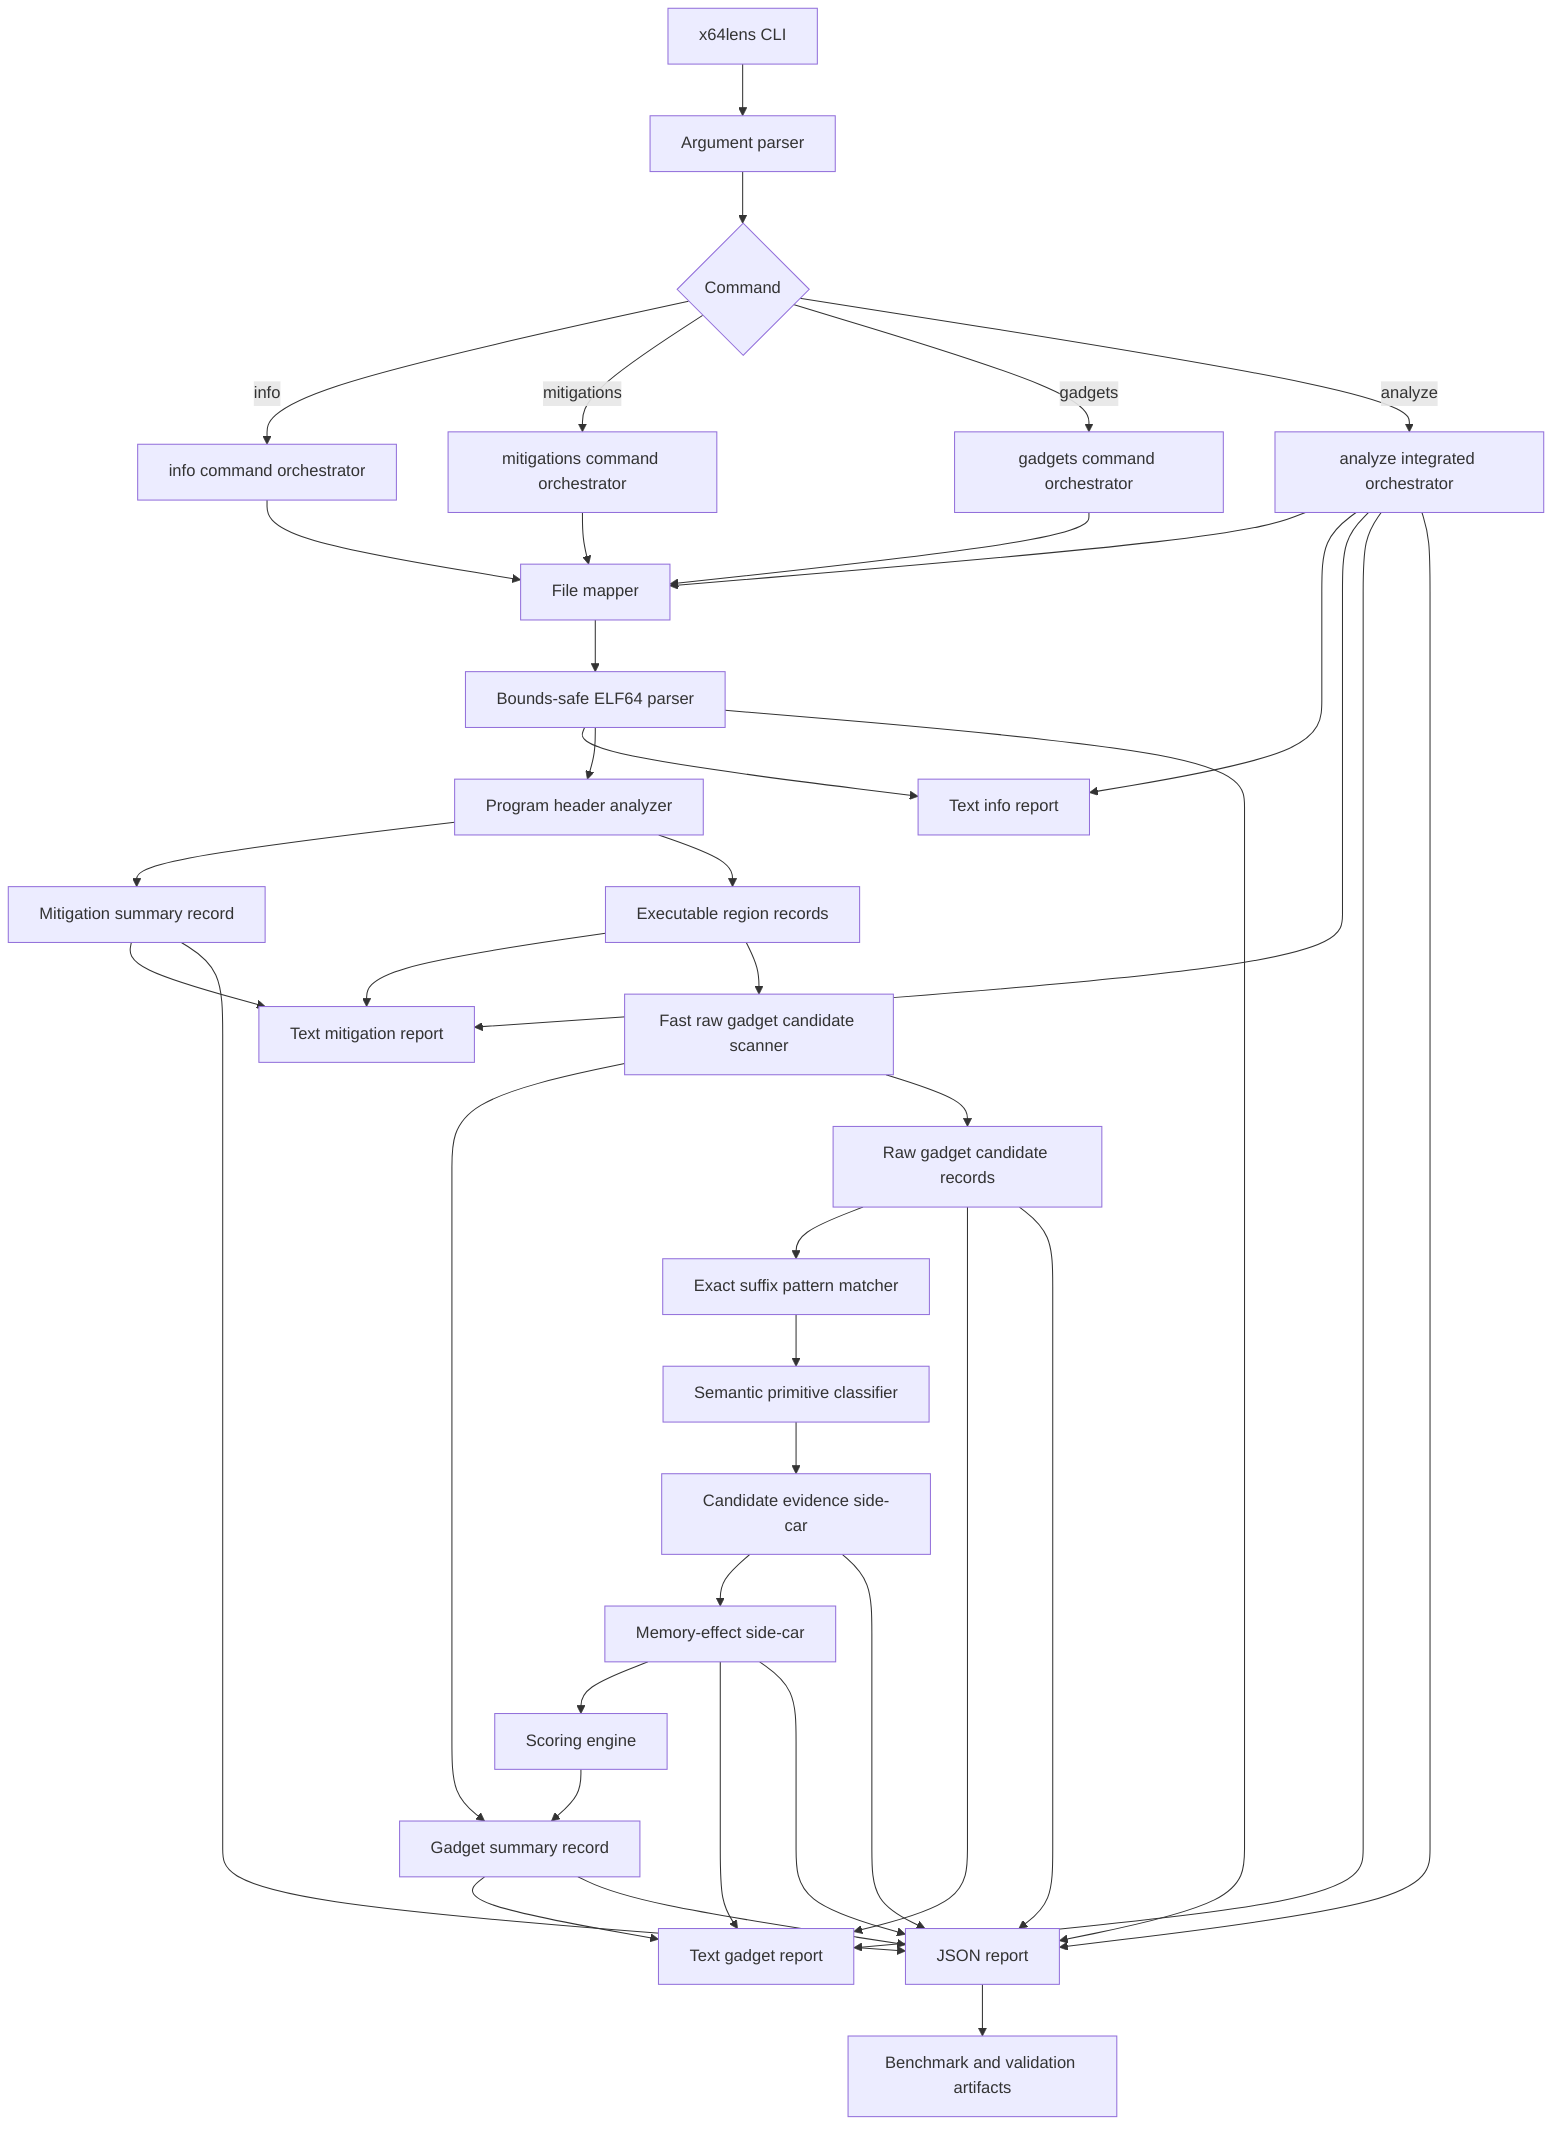
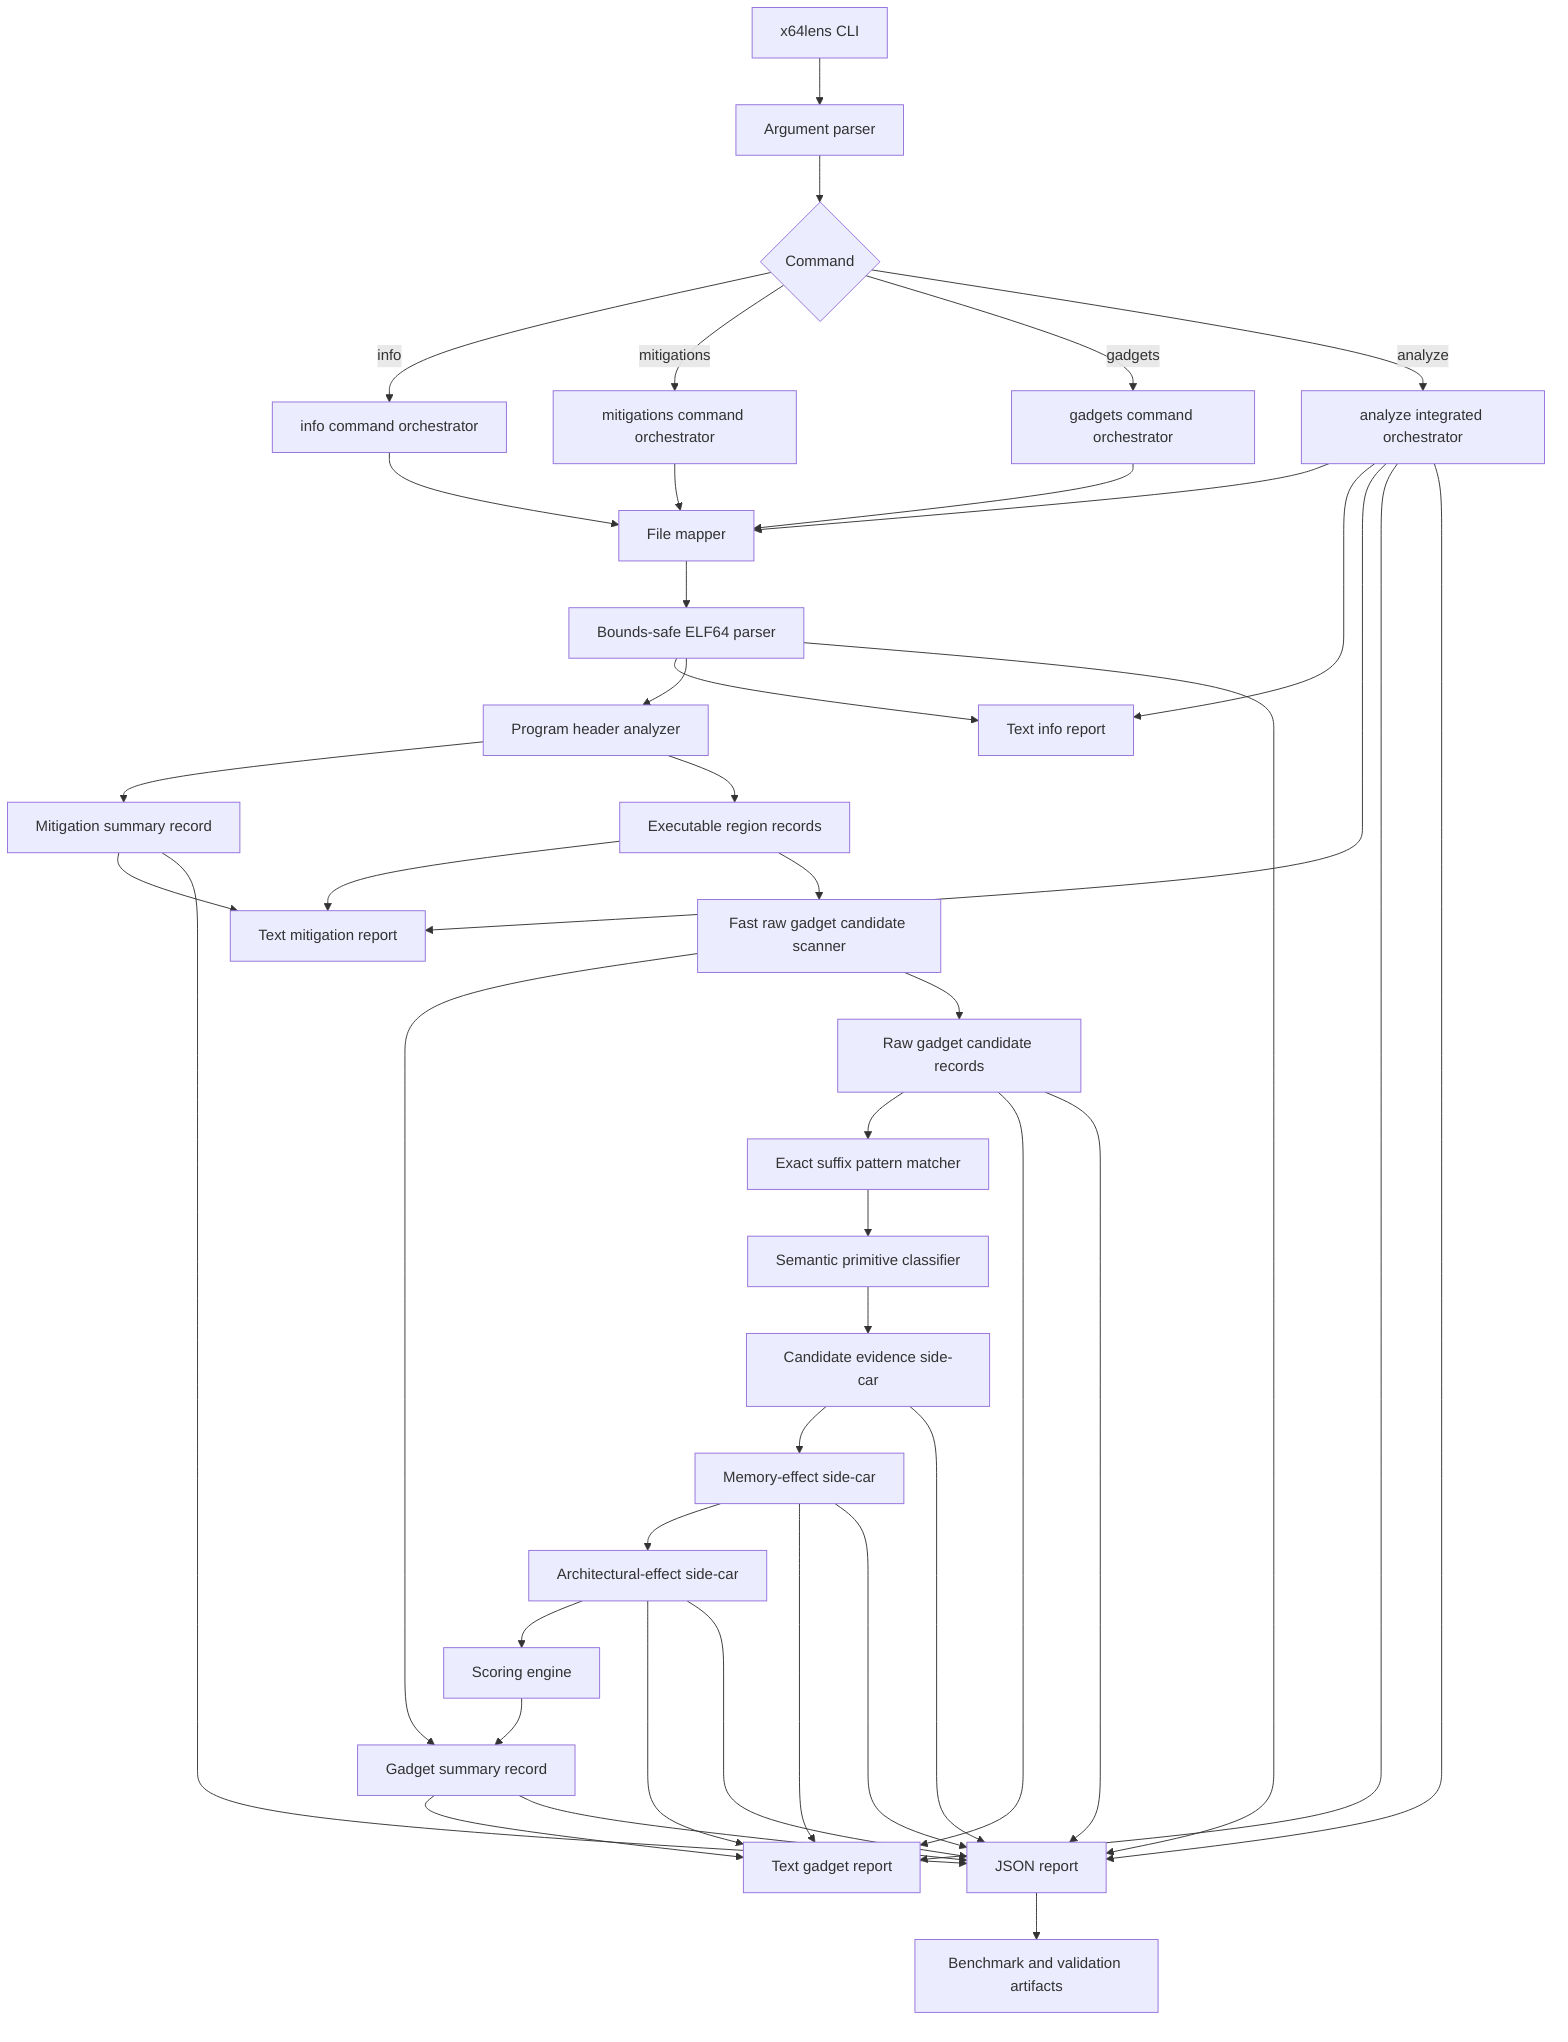
flowchart TD
    A[x64lens CLI] --> B[Argument parser]
    B --> C{Command}

    C -->|info| D[info command orchestrator]
    C -->|mitigations| M[mitigations command orchestrator]
    C -->|gadgets| G[gadgets command orchestrator]
    C -->|analyze| AN[analyze integrated orchestrator]

    D --> FM[File mapper]
    M --> FM
    G --> FM
    AN --> FM
    FM --> ELF[Bounds-safe ELF64 parser]

    ELF --> IR[Text info report]
    ELF --> PH[Program header analyzer]
    PH --> MR[Mitigation summary record]
    PH --> ER[Executable region records]
    MR --> MTR[Text mitigation report]
    ER --> MTR

    ER --> SC[Fast raw gadget candidate scanner]
    SC --> GS[Gadget summary record]
    SC --> GR[Raw gadget candidate records]
    GR --> PT[Exact suffix pattern matcher]
    PT --> CL[Semantic primitive classifier]
    CL --> EV[Candidate evidence side-car]
    EV --> ME[Memory-effect side-car]
-     ME --> SCORE[Scoring engine]
+     ME --> AE[Architectural-effect side-car]
+     AE --> SCORE[Scoring engine]
    SCORE --> GS

    GS --> GTR[Text gadget report]
    GR --> GTR
    GS --> JSON[JSON report]
    GR --> JSON
    EV --> JSON
    ME --> GTR
    ME --> JSON
+     AE --> GTR
+     AE --> JSON
    MR --> JSON
    ELF --> JSON

    AN --> IR
    AN --> MTR
    AN --> GTR
    AN --> JSON

    JSON --> BENCH[Benchmark and validation artifacts]
